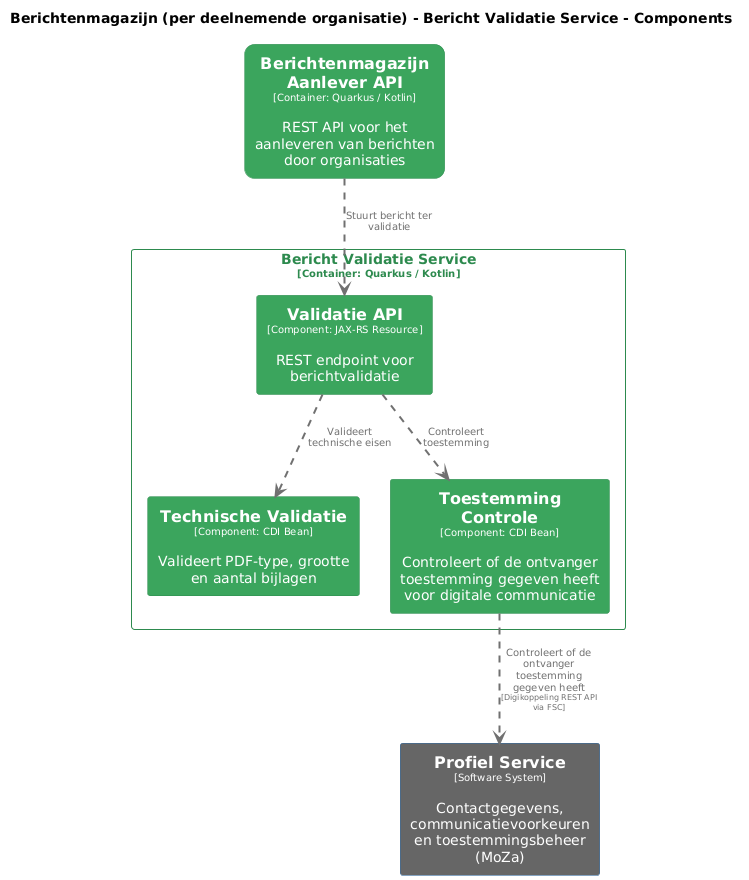
Above: pr-preview/pr-22/master/png/BerichtValidatieComponenten.png in MinBZK/moza-poc-fbs-berichtenbox (PlantUML), before the change.
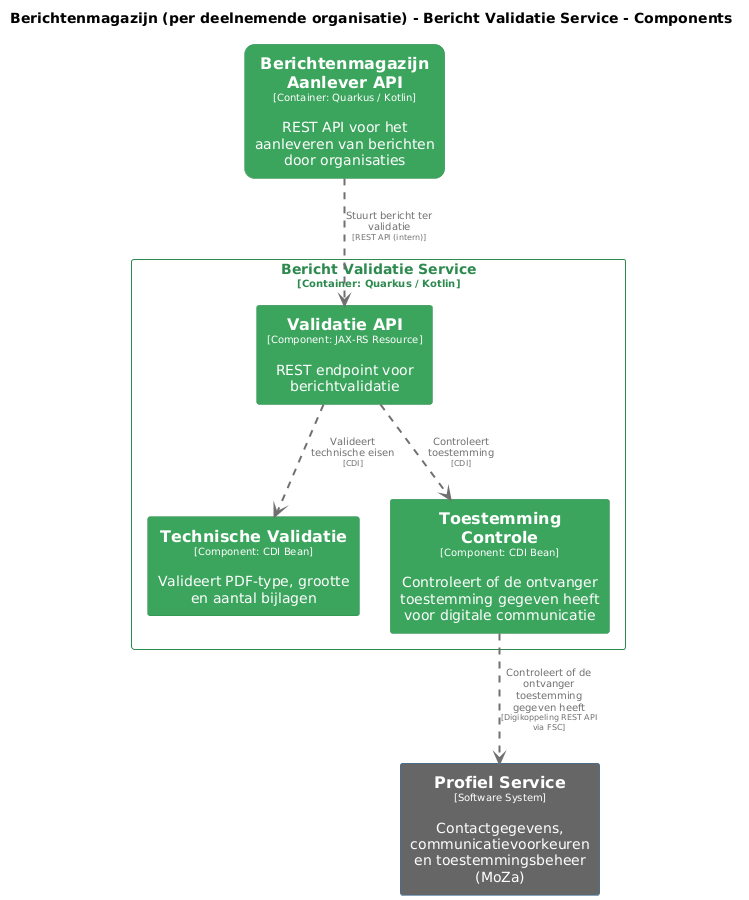
After the commit.

The edit, as a diff of the source:
```diff
@@ -62,7 +62,7 @@
 }
 
 Berichtenmagazijnperdeelnemendeorganisatie.BerichtValidatieService.ToestemmingControle .[#707070,thickness=2].> ProfielService : "<color:#707070>Controleert of de ontvanger toestemming gegeven heeft\n<color:#707070><size:8>[Digikoppeling REST API via FSC]</size>"
-Berichtenmagazijnperdeelnemendeorganisatie.BerichtValidatieService.ValidatieAPI .[#707070,thickness=2].> Berichtenmagazijnperdeelnemendeorganisatie.BerichtValidatieService.TechnischeValidatie : "<color:#707070>Valideert technische eisen"
-Berichtenmagazijnperdeelnemendeorganisatie.BerichtValidatieService.ValidatieAPI .[#707070,thickness=2].> Berichtenmagazijnperdeelnemendeorganisatie.BerichtValidatieService.ToestemmingControle : "<color:#707070>Controleert toestemming"
-Berichtenmagazijnperdeelnemendeorganisatie.BerichtenmagazijnAanleverAPI .[#707070,thickness=2].> Berichtenmagazijnperdeelnemendeorganisatie.BerichtValidatieService.ValidatieAPI : "<color:#707070>Stuurt bericht ter validatie"
+Berichtenmagazijnperdeelnemendeorganisatie.BerichtValidatieService.ValidatieAPI .[#707070,thickness=2].> Berichtenmagazijnperdeelnemendeorganisatie.BerichtValidatieService.TechnischeValidatie : "<color:#707070>Valideert technische eisen\n<color:#707070><size:8>[CDI]</size>"
+Berichtenmagazijnperdeelnemendeorganisatie.BerichtValidatieService.ValidatieAPI .[#707070,thickness=2].> Berichtenmagazijnperdeelnemendeorganisatie.BerichtValidatieService.ToestemmingControle : "<color:#707070>Controleert toestemming\n<color:#707070><size:8>[CDI]</size>"
+Berichtenmagazijnperdeelnemendeorganisatie.BerichtenmagazijnAanleverAPI .[#707070,thickness=2].> Berichtenmagazijnperdeelnemendeorganisatie.BerichtValidatieService.ValidatieAPI : "<color:#707070>Stuurt bericht ter validatie\n<color:#707070><size:8>[REST API (intern)]</size>"
 @enduml
```
